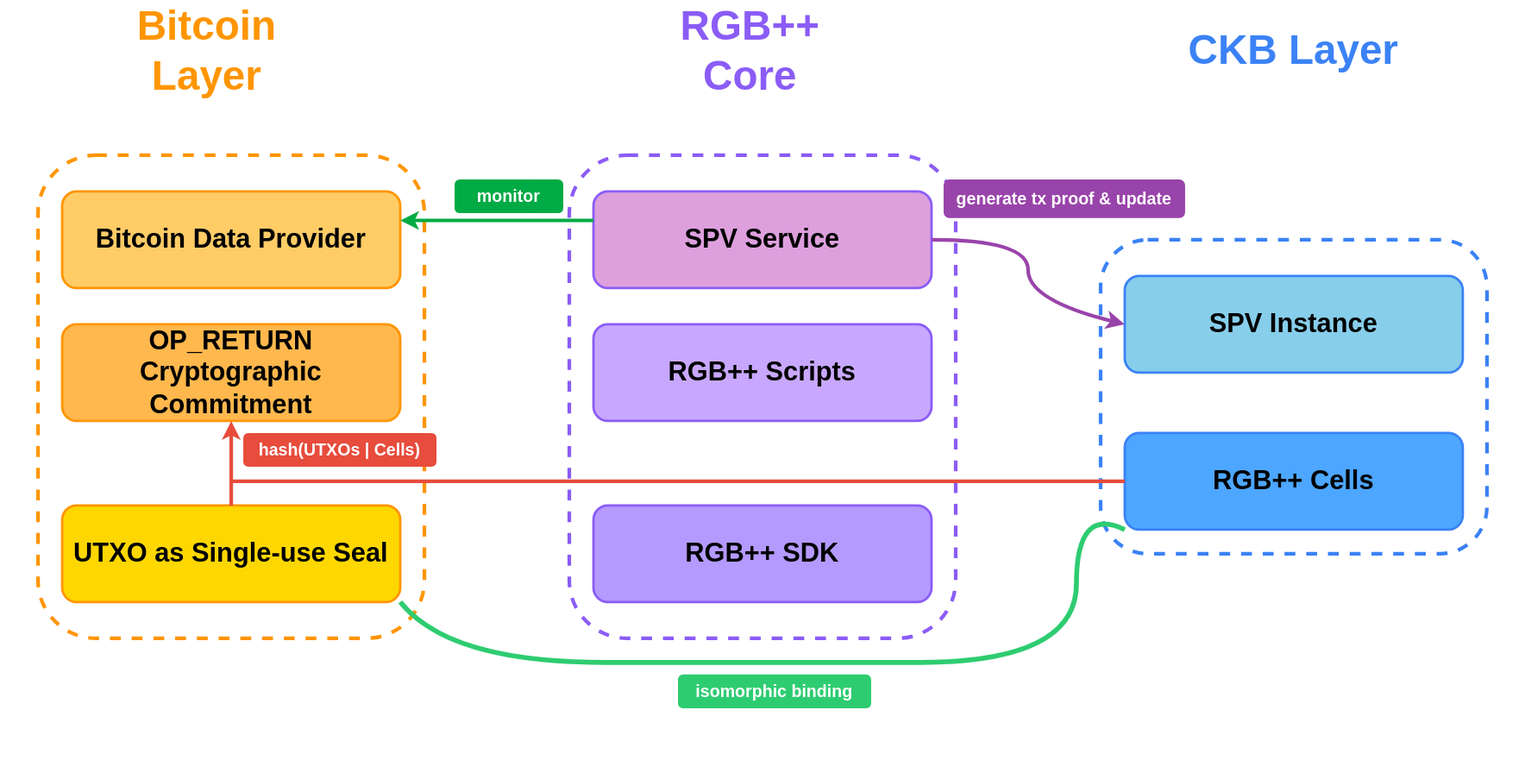
The draw.io diagram public/rgb_plus_plus_architecture.svg in RGBPlusPlus/rgbpp-website, before a commit. Source tidied: cells renumbered, new cells last; positions are measured from the earlier drawing's top-left corner, leaving out a move shared by most shapes.
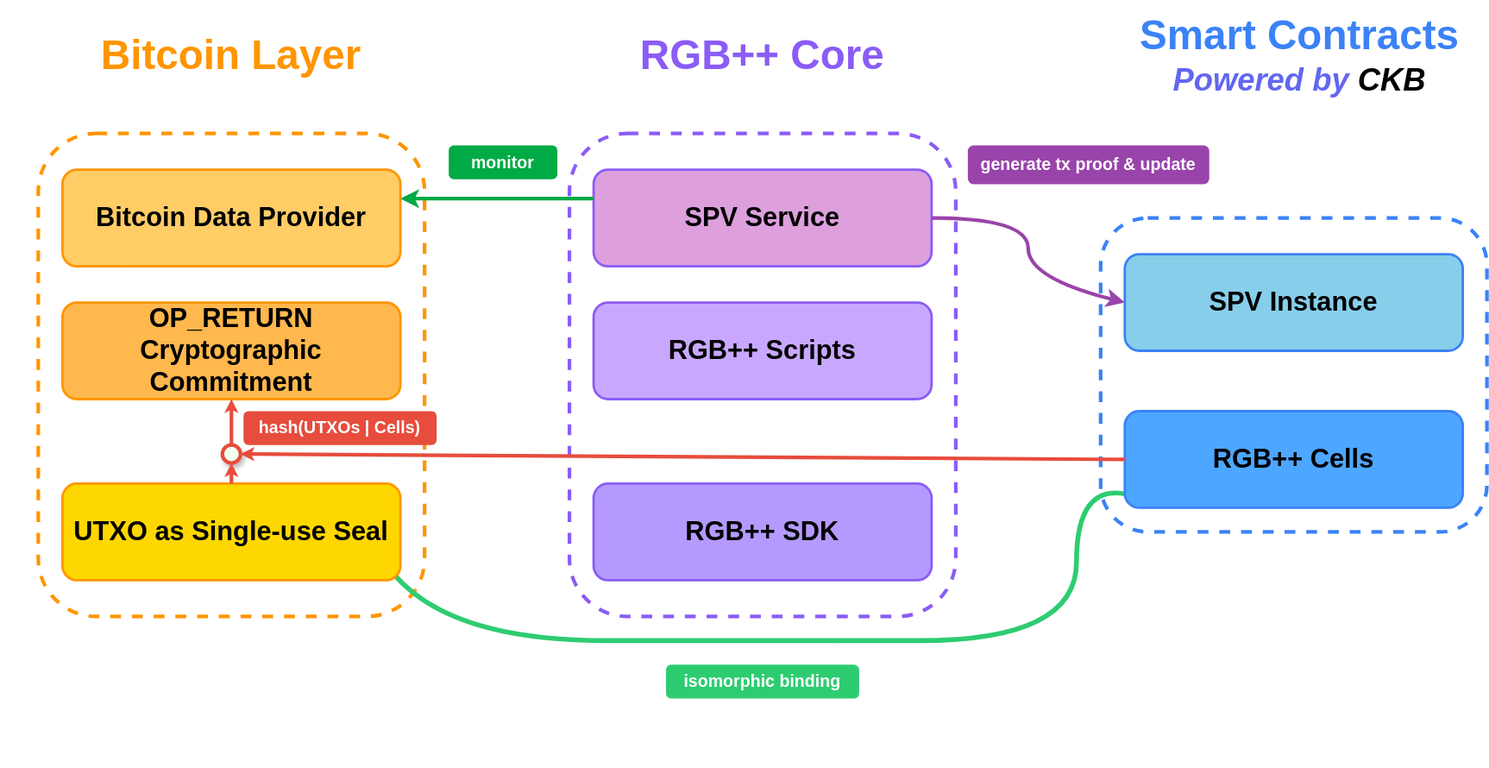
The same file after the commit.

Commit message:
feat: update RGB++ architecture diagram

Change to the diagram source:
```diff
@@ -3,22 +3,22 @@
     <mxCell id="0" />
     <mxCell id="1" parent="0" />
     <mxCell id="2" value="Bitcoin Layer" style="text;html=1;strokeColor=none;fillColor=none;align=center;verticalAlign=middle;whiteSpace=wrap;rounded=0;fontSize=34;fontStyle=1;fontColor=#FF9500;" parent="1" vertex="1">
-      <mxGeometry x="70" width="200" height="45" as="geometry" />
+      <mxGeometry x="80" y="22.5" width="220" height="45" as="geometry" />
     </mxCell>
     <mxCell id="3" value="RGB++ Core" style="text;html=1;strokeColor=none;fillColor=none;align=center;verticalAlign=middle;whiteSpace=wrap;rounded=0;fontSize=34;fontStyle=1;fontColor=#8B5CF6;" parent="1" vertex="1">
-      <mxGeometry x="520" width="200" height="45" as="geometry" />
+      <mxGeometry x="525" y="22.5" width="210" height="45" as="geometry" />
     </mxCell>
-    <mxCell id="4" value="CKB Layer" style="text;html=1;strokeColor=none;fillColor=none;align=center;verticalAlign=middle;whiteSpace=wrap;rounded=0;fontSize=34;fontStyle=1;fontColor=#3B82F6;" parent="1" vertex="1">
-      <mxGeometry x="970" width="200" height="45" as="geometry" />
+    <mxCell id="4" value="&lt;div style=&quot;line-height: 1.0;&quot;&gt;Smart Contracts&lt;br&gt;&lt;font style=&quot;font-size: 26px; font-weight: bold; color: rgb(99, 102, 241); font-style: italic;&quot;&gt;Powered by &lt;/font&gt;&lt;font style=&quot;font-size: 26px; font-weight: bold; font-style: italic; color: rgb(0, 0, 0);&quot;&gt;CKB&lt;/font&gt;&lt;/div&gt;" style="text;html=1;strokeColor=none;fillColor=none;align=center;verticalAlign=middle;whiteSpace=wrap;rounded=0;fontSize=34;fontStyle=1;fontColor=#3B82F6;" parent="1" vertex="1">
+      <mxGeometry x="930" width="290" height="90" as="geometry" />
     </mxCell>
     <mxCell id="5" style="rounded=1;whiteSpace=wrap;html=1;fillColor=#FFE5CC;strokeColor=#FF9500;strokeWidth=3;opacity=0.3;" parent="1" vertex="1">
       <mxGeometry y="60" width="380" height="560" as="geometry" />
     </mxCell>
     <mxCell id="6" style="rounded=1;whiteSpace=wrap;html=1;fillColor=#E5D4FF;strokeColor=#8B5CF6;strokeWidth=3;opacity=0.3;" parent="1" vertex="1">
-      <mxGeometry x="440" y="60" width="380" height="560" as="geometry" />
+      <mxGeometry x="100" y="50" width="380" height="560" as="geometry" />
     </mxCell>
     <mxCell id="7" style="rounded=1;whiteSpace=wrap;html=1;fillColor=#CCE5FF;strokeColor=#3B82F6;strokeWidth=3;opacity=0.3;" parent="1" vertex="1">
-      <mxGeometry x="880" y="60" width="380" height="560" as="geometry" />
+      <mxGeometry x="690" y="74" width="380" height="560" as="geometry" />
     </mxCell>
     <mxCell id="8" style="rounded=1;whiteSpace=wrap;html=1;strokeColor=#FF9500;strokeWidth=3;fillColor=none;dashed=1;" parent="1" vertex="1">
       <mxGeometry x="30" y="110" width="320" height="400" as="geometry" />
@@ -29,9 +29,6 @@
     <mxCell id="10" value="OP_RETURN Cryptographic Commitment" style="rounded=1;whiteSpace=wrap;html=1;fillColor=#FFB84D;strokeColor=#FF9500;strokeWidth=2;fontSize=22;fontStyle=1;" parent="1" vertex="1">
       <mxGeometry x="50" y="250" width="280" height="80" as="geometry" />
     </mxCell>
-    <mxCell id="11" value="UTXO as Single-use Seal" style="rounded=1;whiteSpace=wrap;html=1;fillColor=#FFD700;strokeColor=#FF9500;strokeWidth=2;fontSize=22;fontStyle=1;" parent="1" vertex="1">
-      <mxGeometry x="50" y="400" width="280" height="80" as="geometry" />
-    </mxCell>
     <mxCell id="12" style="rounded=1;whiteSpace=wrap;html=1;strokeColor=#8B5CF6;strokeWidth=3;fillColor=none;dashed=1;" parent="1" vertex="1">
       <mxGeometry x="470" y="110" width="320" height="400" as="geometry" />
     </mxCell>
@@ -50,9 +47,6 @@
     <mxCell id="17" value="SPV Instance" style="rounded=1;whiteSpace=wrap;html=1;fillColor=#87CEEB;strokeColor=#3B82F6;strokeWidth=2;fontSize=22;fontStyle=1;" parent="1" vertex="1">
       <mxGeometry x="930" y="210" width="280" height="80" as="geometry" />
     </mxCell>
-    <mxCell id="18" value="RGB++ Cells" style="rounded=1;whiteSpace=wrap;html=1;fillColor=#4DA6FF;strokeColor=#3B82F6;strokeWidth=2;fontSize=22;fontStyle=1;" parent="1" vertex="1">
-      <mxGeometry x="930" y="340" width="280" height="80" as="geometry" />
-    </mxCell>
     <mxCell id="19" style="endArrow=classic;html=1;rounded=1;strokeColor=#9944AA;strokeWidth=3;exitX=1;exitY=0.5;exitDx=0;exitDy=0;entryX=0;entryY=0.5;entryDx=0;entryDy=0;curved=1;arcSize=20;" parent="1" edge="1" source="13" target="17">
       <mxGeometry relative="1" as="geometry">
         <Array as="points">
@@ -62,7 +56,7 @@
       </mxGeometry>
     </mxCell>
     <mxCell id="20" value="generate tx proof &amp;amp; update" style="text;html=1;strokeColor=none;fillColor=#9944AA;align=center;verticalAlign=middle;whiteSpace=wrap;rounded=1;fontSize=14;fontStyle=1;fontColor=#FFFFFF;" parent="1" vertex="1">
-      <mxGeometry x="780" y="130" width="200" height="32" as="geometry" />
+      <mxGeometry x="800" y="120" width="200" height="32" as="geometry" />
     </mxCell>
     <mxCell id="21" style="endArrow=classic;html=1;rounded=0;strokeColor=#00AA44;strokeWidth=3;exitX=0;exitY=0.3;exitDx=0;exitDy=0;entryX=1;entryY=0.3;entryDx=0;entryDy=0;" parent="1" edge="1">
       <mxGeometry relative="1" as="geometry">
@@ -75,25 +69,12 @@
       </mxGeometry>
     </mxCell>
     <mxCell id="22" value="monitor" style="text;html=1;strokeColor=none;fillColor=#00AA44;align=center;verticalAlign=middle;whiteSpace=wrap;rounded=1;fontSize=14;fontStyle=1;fontColor=#FFFFFF;" parent="1" vertex="1">
-      <mxGeometry x="375" y="130" width="90" height="28" as="geometry" />
+      <mxGeometry x="370" y="120" width="90" height="28" as="geometry" />
     </mxCell>
-    <mxCell id="23" style="endArrow=none;html=1;rounded=0;strokeColor=#E74C3C;strokeWidth=3;exitX=0;exitY=0.5;exitDx=0;exitDy=0;" parent="1" edge="1" source="18">
-      <mxGeometry relative="1" as="geometry">
-        <mxPoint x="190" y="380" as="targetPoint" />
-      </mxGeometry>
-    </mxCell>
-    <mxCell id="24" style="endArrow=classic;html=1;rounded=0;strokeColor=#E74C3C;strokeWidth=3;exitX=0.5;exitY=0;exitDx=0;exitDy=0;" parent="1" edge="1" source="11">
-      <mxGeometry relative="1" as="geometry">
-        <mxPoint x="190" y="330" as="targetPoint" />
-        <Array as="points">
-          <mxPoint x="190" y="330" />
-        </Array>
-      </mxGeometry>
-    </mxCell>
     <mxCell id="25" value="hash(UTXOs | Cells)" style="text;html=1;strokeColor=none;fillColor=#E74C3C;align=center;verticalAlign=middle;whiteSpace=wrap;rounded=1;fontSize=14;fontStyle=1;fontColor=#FFFFFF;" parent="1" vertex="1">
       <mxGeometry x="200" y="340" width="160" height="28" as="geometry" />
     </mxCell>
-    <mxCell id="26" style="endArrow=none;html=1;rounded=0;strokeColor=#2ECC71;strokeWidth=4;exitX=1;exitY=1;exitDx=0;exitDy=0;entryX=0;entryY=1;entryDx=0;entryDy=0;curved=1;" parent="1" edge="1" source="11" target="18">
+    <mxCell id="26" style="endArrow=none;html=1;rounded=0;strokeColor=#2ECC71;strokeWidth=4;entryX=0.005;entryY=0.86;entryDx=0;entryDy=0;curved=1;entryPerimeter=0;exitX=0.977;exitY=0.923;exitDx=0;exitDy=0;exitPerimeter=0;" parent="1" edge="1" source="11" target="18">
       <mxGeometry relative="1" as="geometry">
         <Array as="points">
           <mxPoint x="370" y="530" />
@@ -104,7 +85,25 @@
       </mxGeometry>
     </mxCell>
     <mxCell id="27" value="isomorphic binding" style="text;html=1;strokeColor=none;fillColor=#2ECC71;align=center;verticalAlign=middle;whiteSpace=wrap;rounded=1;fontSize=14;fontStyle=1;fontColor=#FFFFFF;" parent="1" vertex="1">
-      <mxGeometry x="560" y="540" width="160" height="28" as="geometry" />
+      <mxGeometry x="550" y="550" width="160" height="28" as="geometry" />
     </mxCell>
+    <mxCell id="11" value="UTXO as Single-use Seal" style="rounded=1;whiteSpace=wrap;html=1;fillColor=#FFD700;strokeColor=#FF9500;strokeWidth=2;fontSize=22;fontStyle=1;" parent="1" vertex="1">
+      <mxGeometry x="50" y="400" width="280" height="80" as="geometry" />
+    </mxCell>
+    <mxCell id="18" value="RGB++ Cells" style="rounded=1;whiteSpace=wrap;html=1;fillColor=#4DA6FF;strokeColor=#3B82F6;strokeWidth=2;fontSize=22;fontStyle=1;" parent="1" vertex="1">
+      <mxGeometry x="930" y="340" width="280" height="80" as="geometry" />
+    </mxCell>
+    <mxCell id="28" style="edgeStyle=none;html=1;strokeWidth=3;strokeColor=#E74C3C;endSize=2;" parent="1" edge="1" source="29" target="10">
+      <mxGeometry relative="1" as="geometry" />
+    </mxCell>
+    <mxCell id="29" style="ellipse;whiteSpace=wrap;html=1;strokeColor=#E74C3C;fillColor=#F0FFF0;strokeWidth=3;shadow=1;" parent="1" vertex="1">
+      <mxGeometry x="182.5" y="368" width="15" height="15" as="geometry" />
+    </mxCell>
+    <mxCell id="30" style="endArrow=classic;html=1;rounded=0;strokeColor=#E74C3C;strokeWidth=3;exitX=0;exitY=0.5;exitDx=0;exitDy=0;endSize=2;entryX=1;entryY=0.5;entryDx=0;entryDy=0;" parent="1" edge="1" source="18" target="29">
+      <mxGeometry relative="1" as="geometry" />
+    </mxCell>
+    <mxCell id="31" style="endArrow=classic;html=1;rounded=0;strokeColor=#E74C3C;strokeWidth=3;exitX=0.5;exitY=0;exitDx=0;exitDy=0;endSize=2;entryX=0.5;entryY=1;entryDx=0;entryDy=0;" parent="1" edge="1" source="11" target="29">
+      <mxGeometry relative="1" as="geometry" />
+    </mxCell>
   </root>
 </mxGraphModel>
```
